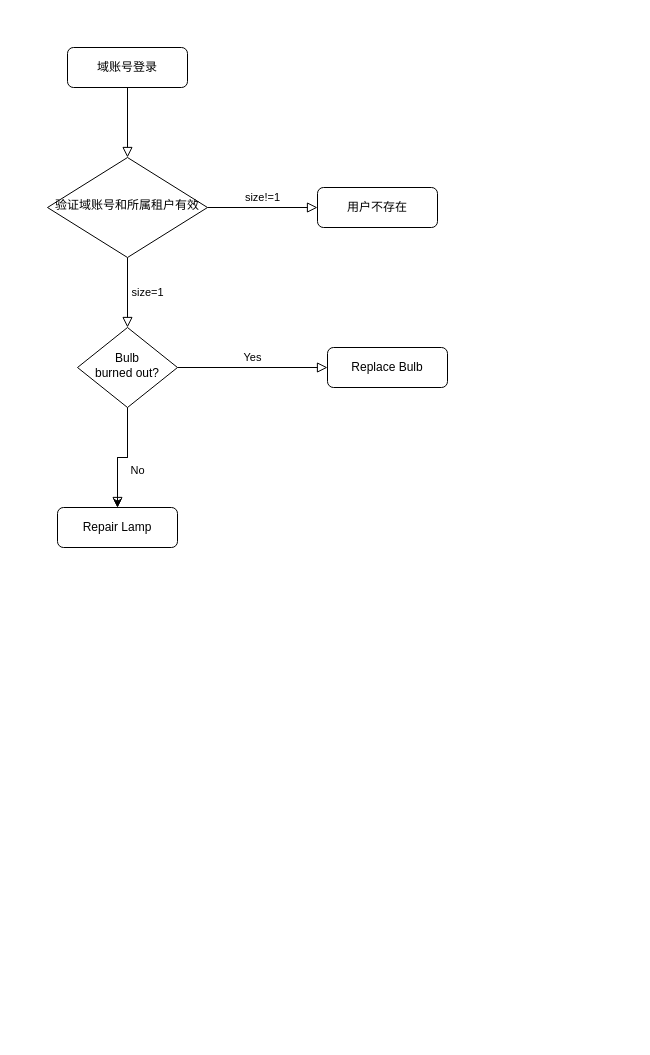
This is 未命名绘图.drawio from rainerpiao/cloud-computing, a draw.io file, before an edit. Source tidied: cells renumbered, new cells numbered last; positions are measured from the earlier drawing's top-left corner, leaving out a move shared by most shapes. Both pictures are drawn from the tidied source at 100%, with x=0, y=0 at pixel (47, 47).
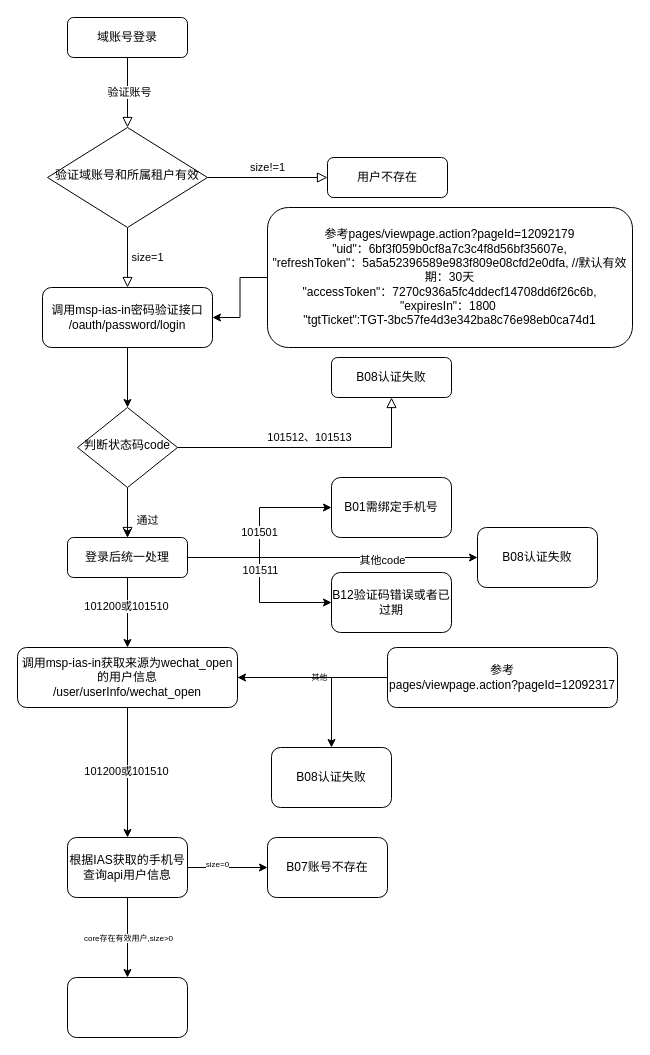
After the change.

Commit message:
更新未命名绘图.drawio

The change refers to these unchanged cells:
```xml
<mxCell id="2" style="rounded=0;html=1;jettySize=auto;fontSize=11;endArrow=block;endFill=0;endSize=8;strokeWidth=1;shadow=0;labelBackgroundColor=none;edgeStyle=orthogonalEdgeStyle;" parent="1" edge="1" source="3" target="6">
  <mxGeometry relative="1" as="geometry" />
</mxCell>
```

Change to the diagram source:
```diff
@@
+    <mxCell id="14" value="验证账号" style="edgeLabel;html=1;align=center;verticalAlign=middle;" parent="2" vertex="1">
+      <mxGeometry x="-0.03" y="1" relative="1" as="geometry" />
+    </mxCell>
     <mxCell id="3" value="域账号登录" style="rounded=1;whiteSpace=wrap;html=1;fontSize=12;glass=0;strokeWidth=1;shadow=0;" parent="1" vertex="1">
-      <mxGeometry x="20" width="120" height="40" as="geometry" />
+      <mxGeometry x="20" y="-30" width="120" height="40" as="geometry" />
     </mxCell>
-    <mxCell id="4" value="size=1" style="rounded=0;html=1;jettySize=auto;fontSize=11;endArrow=block;endFill=0;endSize=8;strokeWidth=1;shadow=0;labelBackgroundColor=none;edgeStyle=orthogonalEdgeStyle;" parent="1" edge="1" source="6" target="11">
+    <mxCell id="4" value="size=1" style="rounded=0;html=1;jettySize=auto;fontSize=11;endArrow=block;endFill=0;endSize=8;strokeWidth=1;shadow=0;labelBackgroundColor=none;edgeStyle=orthogonalEdgeStyle;entryX=0.5;entryY=0;entryDx=0;entryDy=0;" parent="1" edge="1" source="6" target="23">
       <mxGeometry y="20" relative="1" as="geometry" />
     </mxCell>
@@
     <mxCell id="6" value="验证域账号和所属租户有效" style="rhombus;whiteSpace=wrap;html=1;shadow=0;fontFamily=Helvetica;fontSize=12;align=center;strokeWidth=1;spacing=6;spacingTop=-4;" parent="1" vertex="1">
-      <mxGeometry y="110" width="160" height="100" as="geometry" />
+      <mxGeometry y="80" width="160" height="100" as="geometry" />
     </mxCell>
     <mxCell id="7" value="用户不存在" style="rounded=1;whiteSpace=wrap;html=1;fontSize=12;glass=0;strokeWidth=1;shadow=0;" parent="1" vertex="1">
-      <mxGeometry x="270" y="140" width="120" height="40" as="geometry" />
+      <mxGeometry x="280" y="110" width="120" height="40" as="geometry" />
     </mxCell>
-    <mxCell id="8" value="No" style="rounded=0;html=1;jettySize=auto;fontSize=11;endArrow=block;endFill=0;endSize=8;strokeWidth=1;shadow=0;labelBackgroundColor=none;edgeStyle=orthogonalEdgeStyle;" parent="1" edge="1" source="11" target="12">
+    <mxCell id="8" value="通过" style="rounded=0;html=1;jettySize=auto;fontSize=11;endArrow=block;endFill=0;endSize=8;strokeWidth=1;shadow=0;labelBackgroundColor=none;edgeStyle=orthogonalEdgeStyle;" parent="1" edge="1" source="11" target="12">
       <mxGeometry x="0.33" y="20" relative="1" as="geometry" />
     </mxCell>
-    <mxCell id="9" value="Yes" style="edgeStyle=orthogonalEdgeStyle;rounded=0;html=1;jettySize=auto;fontSize=11;endArrow=block;endFill=0;endSize=8;strokeWidth=1;shadow=0;labelBackgroundColor=none;" parent="1" edge="1" source="11" target="13">
+    <mxCell id="9" value="101512、101513" style="edgeStyle=orthogonalEdgeStyle;rounded=0;html=1;jettySize=auto;fontSize=11;endArrow=block;endFill=0;endSize=8;strokeWidth=1;shadow=0;labelBackgroundColor=none;" parent="1" edge="1" source="11" target="13">
       <mxGeometry y="10" relative="1" as="geometry" />
     </mxCell>
@@
-    <mxCell id="11" value="Bulb&lt;br&gt;burned out?" style="rhombus;whiteSpace=wrap;html=1;shadow=0;fontFamily=Helvetica;fontSize=12;align=center;strokeWidth=1;spacing=6;spacingTop=-4;" parent="1" vertex="1">
-      <mxGeometry x="30" y="280" width="100" height="80" as="geometry" />
+    <mxCell id="11" value="判断状态码code" style="rhombus;whiteSpace=wrap;html=1;shadow=0;fontFamily=Helvetica;fontSize=12;align=center;strokeWidth=1;spacing=6;spacingTop=-4;" parent="1" vertex="1">
+      <mxGeometry x="30" y="360" width="100" height="80" as="geometry" />
     </mxCell>
+    <mxCell id="15" value="101501" style="edgeStyle=orthogonalEdgeStyle;rounded=0;jettySize=auto;html=1;" parent="1" edge="1" source="12" target="24">
+      <mxGeometry relative="1" as="geometry" />
+    </mxCell>
+    <mxCell id="16" style="edgeStyle=orthogonalEdgeStyle;rounded=0;jettySize=auto;html=1;" parent="1" edge="1" source="12" target="25">
+      <mxGeometry relative="1" as="geometry" />
+    </mxCell>
+    <mxCell id="17" value="101511" style="edgeLabel;html=1;align=center;verticalAlign=middle;" parent="16" vertex="1">
+      <mxGeometry x="-0.11" relative="1" as="geometry" />
+    </mxCell>
+    <mxCell id="18" style="edgeStyle=orthogonalEdgeStyle;rounded=0;jettySize=auto;html=1;" parent="1" edge="1" source="12" target="29">
+      <mxGeometry relative="1" as="geometry" />
+    </mxCell>
+    <mxCell id="19" value="101200或101510" style="edgeLabel;html=1;align=center;verticalAlign=middle;" parent="18" vertex="1">
+      <mxGeometry x="-0.19" y="-2" relative="1" as="geometry" />
+    </mxCell>
+    <mxCell id="20" style="edgeStyle=orthogonalEdgeStyle;rounded=0;jettySize=auto;html=1;" parent="1" edge="1" source="12" target="30">
+      <mxGeometry relative="1" as="geometry" />
+    </mxCell>
+    <mxCell id="21" value="其他code" style="edgeLabel;html=1;align=center;verticalAlign=middle;" parent="20" vertex="1">
+      <mxGeometry x="0.34" y="-1" relative="1" as="geometry">
+        <mxPoint y="1" as="offset" />
+      </mxGeometry>
+    </mxCell>
-    <mxCell id="12" value="Repair Lamp" style="rounded=1;whiteSpace=wrap;html=1;fontSize=12;glass=0;strokeWidth=1;shadow=0;" parent="1" vertex="1">
-      <mxGeometry x="10" y="460" width="120" height="40" as="geometry" />
+    <mxCell id="12" value="登录后统一处理" style="rounded=1;whiteSpace=wrap;html=1;fontSize=12;glass=0;strokeWidth=1;shadow=0;" parent="1" vertex="1">
+      <mxGeometry x="20" y="490" width="120" height="40" as="geometry" />
     </mxCell>
-    <mxCell id="13" value="Replace Bulb" style="rounded=1;whiteSpace=wrap;html=1;fontSize=12;glass=0;strokeWidth=1;shadow=0;" parent="1" vertex="1">
-      <mxGeometry x="280" y="300" width="120" height="40" as="geometry" />
+    <mxCell id="13" value="B08认证失败" style="rounded=1;whiteSpace=wrap;html=1;fontSize=12;glass=0;strokeWidth=1;shadow=0;" parent="1" vertex="1">
+      <mxGeometry x="284" y="310" width="120" height="40" as="geometry" />
     </mxCell>
+    <mxCell id="22" style="edgeStyle=orthogonalEdgeStyle;rounded=0;jettySize=auto;html=1;" parent="1" edge="1" source="23" target="11">
+      <mxGeometry relative="1" as="geometry" />
+    </mxCell>
+    <mxCell id="23" value="调用msp-ias-in密码验证接口&lt;br&gt;/oauth/password/login" style="rounded=1;whiteSpace=wrap;html=1;" parent="1" vertex="1">
+      <mxGeometry x="-5" y="240" width="170" height="60" as="geometry" />
+    </mxCell>
+    <mxCell id="24" value="B01需绑定手机号" style="whiteSpace=wrap;html=1;rounded=1;glass=0;strokeWidth=1;shadow=0;" parent="1" vertex="1">
+      <mxGeometry x="284" y="430" width="120" height="60" as="geometry" />
+    </mxCell>
+    <mxCell id="25" value="B12验证码错误或者已过期" style="whiteSpace=wrap;html=1;rounded=1;glass=0;strokeWidth=1;shadow=0;" parent="1" vertex="1">
+      <mxGeometry x="284" y="525" width="120" height="60" as="geometry" />
+    </mxCell>
+    <mxCell id="26" style="edgeStyle=orthogonalEdgeStyle;rounded=0;jettySize=auto;html=1;fontSize=8;" parent="1" edge="1" source="29" target="39">
+      <mxGeometry relative="1" as="geometry" />
+    </mxCell>
+    <mxCell id="27" value="&lt;span style=&quot;font-size: 11px;&quot;&gt;101200或101510&lt;/span&gt;" style="edgeLabel;html=1;align=center;verticalAlign=middle;fontSize=8;" parent="26" vertex="1">
+      <mxGeometry x="-0.03" y="-2" relative="1" as="geometry" />
+    </mxCell>
+    <mxCell id="28" value="其他" style="edgeStyle=orthogonalEdgeStyle;rounded=0;jettySize=auto;html=1;fontSize=8;" parent="1" edge="1" source="29" target="40">
+      <mxGeometry relative="1" as="geometry" />
+    </mxCell>
+    <mxCell id="29" value="调用msp-ias-in获取来源为wechat_open的用户信息&lt;br&gt;/user/userInfo/wechat_open" style="whiteSpace=wrap;html=1;rounded=1;glass=0;strokeWidth=1;shadow=0;" parent="1" vertex="1">
+      <mxGeometry x="-30" y="600" width="220" height="60" as="geometry" />
+    </mxCell>
+    <mxCell id="30" value="B08认证失败" style="whiteSpace=wrap;html=1;rounded=1;glass=0;strokeWidth=1;shadow=0;" parent="1" vertex="1">
+      <mxGeometry x="430" y="480" width="120" height="60" as="geometry" />
+    </mxCell>
+    <mxCell id="31" style="edgeStyle=orthogonalEdgeStyle;rounded=0;jettySize=auto;html=1;entryX=1;entryY=0.5;entryDx=0;entryDy=0;fontSize=8;" parent="1" edge="1" source="32" target="23">
+      <mxGeometry relative="1" as="geometry" />
+    </mxCell>
+    <mxCell id="32" value="&lt;div&gt;参考pages/viewpage.action?pageId=12092179&lt;/div&gt;&lt;div&gt;&quot;uid&quot;：6bf3f059b0cf8a7c3c4f8d56bf35607e,&lt;/div&gt;&lt;div&gt;&quot;refreshToken&quot;：5a5a52396589e983f809e08cfd2e0dfa, //默认有效期：30天&lt;/div&gt;&lt;div&gt;&quot;accessToken&quot;：7270c936a5fc4ddecf14708dd6f26c6b,&lt;/div&gt;&lt;div&gt;&quot;expiresIn&quot;：1800&amp;nbsp;&lt;/div&gt;&lt;div&gt;&quot;tgtTicket&quot;:TGT-3bc57fe4d3e342ba8c76e98eb0ca74d1&lt;/div&gt;" style="rounded=1;whiteSpace=wrap;html=1;" parent="1" vertex="1">
+      <mxGeometry x="220" y="160" width="365" height="140" as="geometry" />
+    </mxCell>
+    <mxCell id="33" style="edgeStyle=orthogonalEdgeStyle;rounded=0;jettySize=auto;html=1;fontSize=8;" parent="1" edge="1" source="34" target="29">
+      <mxGeometry relative="1" as="geometry" />
+    </mxCell>
+    <mxCell id="34" value="参考&lt;br&gt;pages/viewpage.action?pageId=12092317" style="whiteSpace=wrap;html=1;rounded=1;glass=0;strokeWidth=1;shadow=0;" parent="1" vertex="1">
+      <mxGeometry x="340" y="600" width="230" height="60" as="geometry" />
+    </mxCell>
+    <mxCell id="35" style="edgeStyle=orthogonalEdgeStyle;rounded=0;jettySize=auto;html=1;fontSize=8;" parent="1" edge="1" source="39" target="41">
+      <mxGeometry relative="1" as="geometry" />
+    </mxCell>
+    <mxCell id="36" value="size=0" style="edgeLabel;html=1;align=center;verticalAlign=middle;fontSize=8;" parent="35" vertex="1">
+      <mxGeometry x="-0.28" y="5" relative="1" as="geometry">
+        <mxPoint y="1" as="offset" />
+      </mxGeometry>
+    </mxCell>
+    <mxCell id="37" style="edgeStyle=orthogonalEdgeStyle;rounded=0;jettySize=auto;html=1;fontSize=8;" parent="1" edge="1" source="39" target="42">
+      <mxGeometry relative="1" as="geometry" />
+    </mxCell>
+    <mxCell id="38" value="core存在有效用户,size&amp;gt;0" style="edgeLabel;html=1;align=center;verticalAlign=middle;fontSize=8;" parent="37" vertex="1">
+      <mxGeometry x="0.01" relative="1" as="geometry" />
+    </mxCell>
+    <mxCell id="39" value="根据IAS获取的手机号&lt;br&gt;查询api用户信息" style="whiteSpace=wrap;html=1;rounded=1;glass=0;strokeWidth=1;shadow=0;" parent="1" vertex="1">
+      <mxGeometry x="20" y="790" width="120" height="60" as="geometry" />
+    </mxCell>
+    <mxCell id="40" value="B08认证失败" style="whiteSpace=wrap;html=1;rounded=1;glass=0;strokeWidth=1;shadow=0;" parent="1" vertex="1">
+      <mxGeometry x="224" y="700" width="120" height="60" as="geometry" />
+    </mxCell>
+    <mxCell id="41" value="B07账号不存在" style="whiteSpace=wrap;html=1;rounded=1;glass=0;strokeWidth=1;shadow=0;" parent="1" vertex="1">
+      <mxGeometry x="220" y="790" width="120" height="60" as="geometry" />
+    </mxCell>
+    <mxCell id="42" style="whiteSpace=wrap;html=1;rounded=1;glass=0;strokeWidth=1;shadow=0;" parent="1" vertex="1">
+      <mxGeometry x="20" y="930" width="120" height="60" as="geometry" />
+    </mxCell>
```
